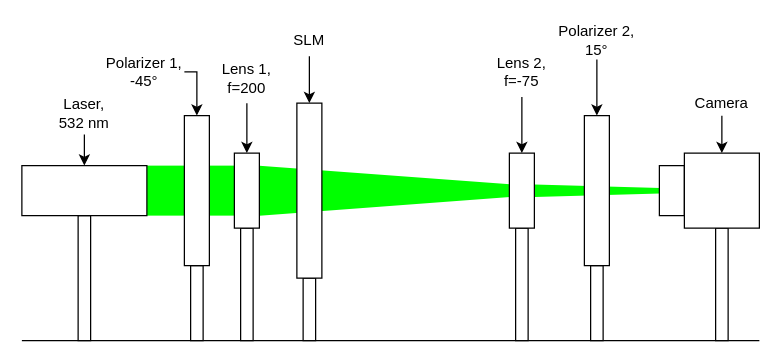
This is documentation/images/setup_3.drawio from nbaehler/mask-designer, a draw.io file, before an edit. Source tidied: cells renumbered, new cells numbered last; positions are measured from the earlier drawing's top-left corner, leaving out a move shared by most shapes. Both pictures are drawn from the tidied source at 125%, with x=0, y=0 at pixel (21, 21).
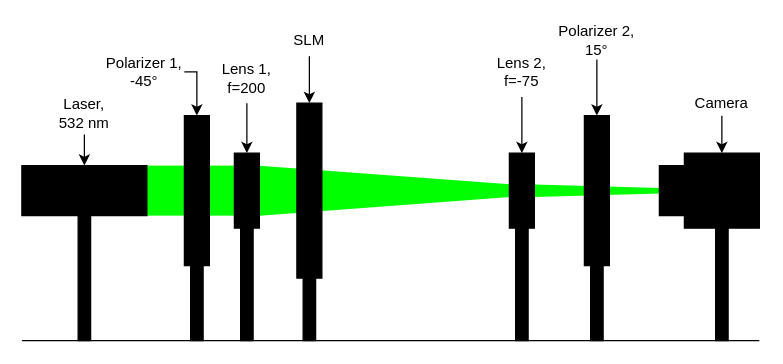
The same page after the edit.

What changed in the source:
```diff
@@
-    <mxCell id="6" style="rounded=0;whiteSpace=wrap;html=1;fillColor=default;" parent="1" vertex="1">
+    <mxCell id="6" style="rounded=0;whiteSpace=wrap;html=1;fillColor=#000000;" parent="1" vertex="1">
       <mxGeometry x="45" y="155" width="10" height="100" as="geometry" />
     </mxCell>
-    <mxCell id="7" style="rounded=0;whiteSpace=wrap;html=1;fillColor=default;" parent="1" vertex="1">
+    <mxCell id="7" style="rounded=0;whiteSpace=wrap;html=1;fillColor=#000000;" parent="1" vertex="1">
       <mxGeometry x="135" y="195" width="10" height="60" as="geometry" />
     </mxCell>
-    <mxCell id="8" style="rounded=0;whiteSpace=wrap;html=1;fillColor=default;" parent="1" vertex="1">
+    <mxCell id="8" style="rounded=0;whiteSpace=wrap;html=1;fillColor=#000000;" parent="1" vertex="1">
       <mxGeometry x="455" y="195" width="10" height="60" as="geometry" />
     </mxCell>
-    <mxCell id="9" style="rounded=0;whiteSpace=wrap;html=1;fillColor=default;" parent="1" vertex="1">
+    <mxCell id="9" style="rounded=0;whiteSpace=wrap;html=1;fillColor=#000000;" parent="1" vertex="1">
       <mxGeometry x="225" y="205" width="10" height="50" as="geometry" />
     </mxCell>
-    <mxCell id="10" style="rounded=0;whiteSpace=wrap;html=1;fillColor=default;" parent="1" vertex="1">
+    <mxCell id="10" style="rounded=0;whiteSpace=wrap;html=1;fillColor=#000000;" parent="1" vertex="1">
       <mxGeometry x="555" y="165" width="10" height="90" as="geometry" />
     </mxCell>
-    <mxCell id="11" style="rounded=0;whiteSpace=wrap;html=1;fillColor=default;" parent="1" vertex="1">
+    <mxCell id="11" style="rounded=0;whiteSpace=wrap;html=1;fillColor=#000000;" parent="1" vertex="1">
       <mxGeometry x="175" y="165" width="10" height="90" as="geometry" />
     </mxCell>
-    <mxCell id="12" style="rounded=0;whiteSpace=wrap;html=1;fillColor=default;" parent="1" vertex="1">
+    <mxCell id="12" style="rounded=0;whiteSpace=wrap;html=1;fillColor=#000000;" parent="1" vertex="1">
       <mxGeometry x="395" y="165" width="10" height="90" as="geometry" />
     </mxCell>
@@
-    <mxCell id="26" style="rounded=0;whiteSpace=wrap;html=1;fillColor=default;" parent="1" vertex="1">
+    <mxCell id="26" style="rounded=0;whiteSpace=wrap;html=1;fillColor=#000000;" parent="1" vertex="1">
       <mxGeometry x="130" y="75" width="20" height="120" as="geometry" />
     </mxCell>
-    <mxCell id="27" style="rounded=0;whiteSpace=wrap;html=1;fillColor=default;" parent="1" vertex="1">
+    <mxCell id="27" style="rounded=0;whiteSpace=wrap;html=1;fillColor=#000000;" parent="1" vertex="1">
       <mxGeometry x="450" y="75" width="20" height="120" as="geometry" />
     </mxCell>
-    <mxCell id="28" style="rounded=0;whiteSpace=wrap;html=1;fillColor=default;" parent="1" vertex="1">
+    <mxCell id="28" style="rounded=0;whiteSpace=wrap;html=1;fillColor=#000000;" parent="1" vertex="1">
       <mxGeometry x="220" y="65" width="20" height="140" as="geometry" />
     </mxCell>
-    <mxCell id="29" style="rounded=0;whiteSpace=wrap;html=1;fillColor=default;" parent="1" vertex="1">
+    <mxCell id="29" style="rounded=0;whiteSpace=wrap;html=1;fillColor=#000000;" parent="1" vertex="1">
       <mxGeometry x="170" y="105" width="20" height="60" as="geometry" />
     </mxCell>
-    <mxCell id="30" style="rounded=0;whiteSpace=wrap;html=1;fillColor=default;" parent="1" vertex="1">
+    <mxCell id="30" style="rounded=0;whiteSpace=wrap;html=1;fillColor=#000000;" parent="1" vertex="1">
       <mxGeometry x="510" y="115" width="20" height="40" as="geometry" />
     </mxCell>
-    <mxCell id="31" style="rounded=0;whiteSpace=wrap;html=1;fillColor=default;" parent="1" vertex="1">
+    <mxCell id="31" style="rounded=0;whiteSpace=wrap;html=1;fillColor=#000000;" parent="1" vertex="1">
       <mxGeometry x="530" y="105" width="60" height="60" as="geometry" />
     </mxCell>
-    <mxCell id="32" style="rounded=0;whiteSpace=wrap;html=1;fillColor=default;" parent="1" vertex="1">
+    <mxCell id="32" style="rounded=0;whiteSpace=wrap;html=1;fillColor=#000000;" parent="1" vertex="1">
       <mxGeometry y="115" width="100" height="40" as="geometry" />
     </mxCell>
@@
-    <mxCell id="35" style="rounded=0;whiteSpace=wrap;html=1;fillColor=default;fillOpacity=100;" parent="1" vertex="1">
+    <mxCell id="35" style="rounded=0;whiteSpace=wrap;html=1;fillColor=#000000;fillOpacity=100;" parent="1" vertex="1">
       <mxGeometry x="390" y="105" width="20" height="60" as="geometry" />
     </mxCell>
```
